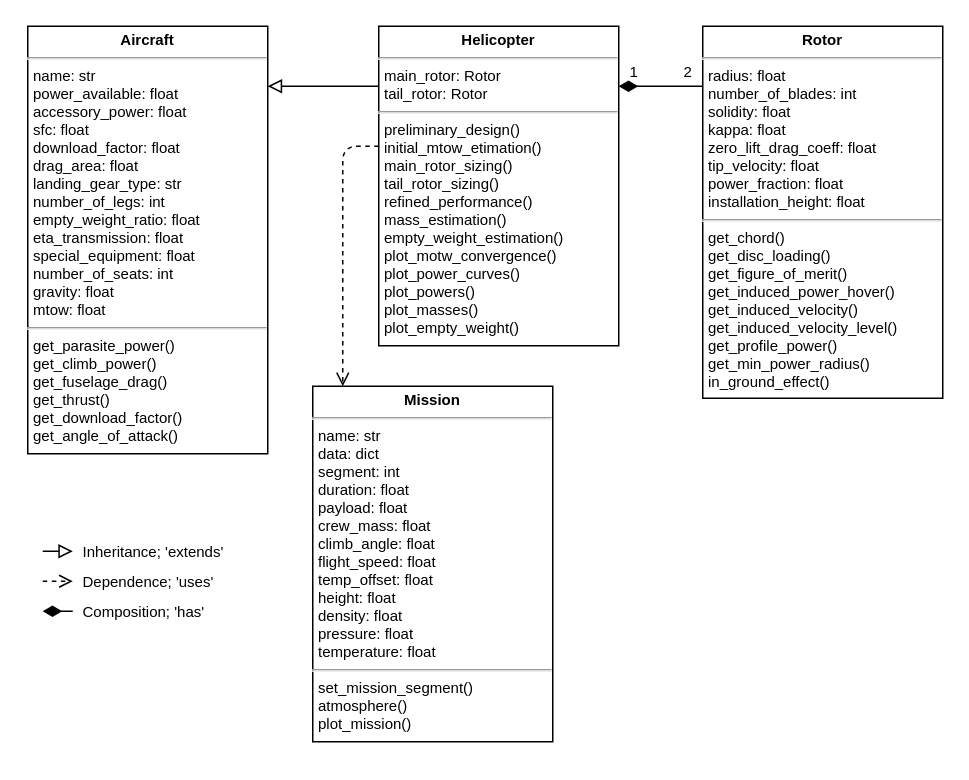
Before: project/drawio/UML.drawio in f-grimm/ht-preliminary-design, a draw.io diagram. Source tidied: cells renumbered, new cells numbered last; positions are measured from the earlier drawing's top-left corner, leaving out a move shared by most shapes. Both pictures are drawn from the tidied source at 150%, with x=0, y=0 at pixel (27, 26).
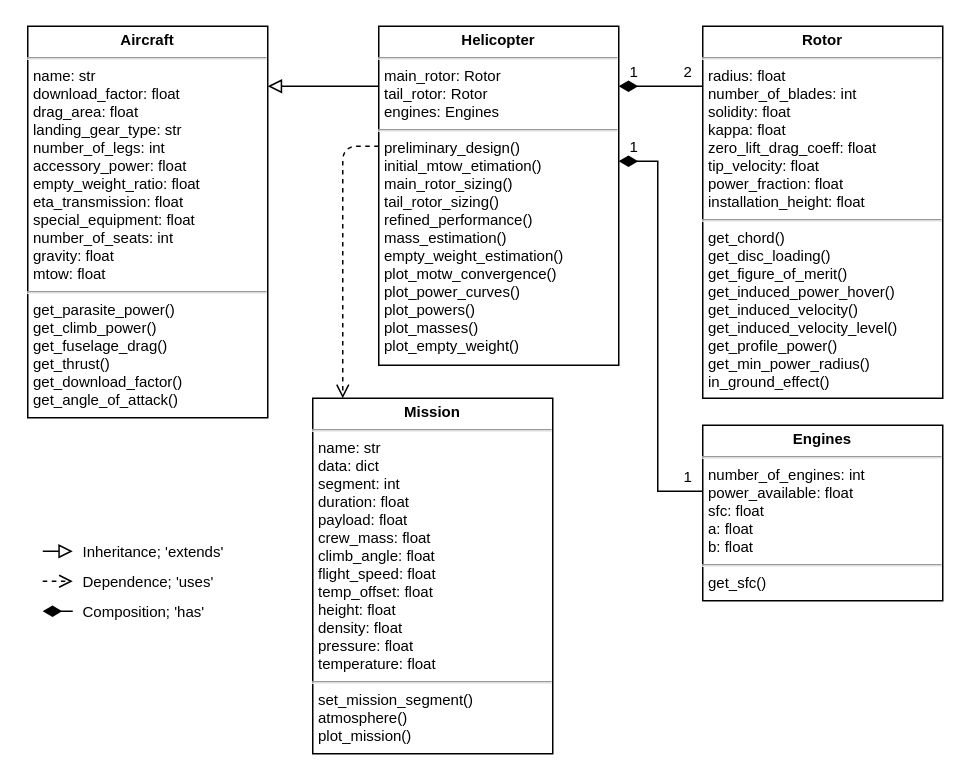
The same page after the edit.

Commit message (it also covers changes not shown here):
Add engines to UML

The edit, as a diff of the source:
```diff
@@
-    <mxCell id="4" value="&lt;p style=&quot;margin: 4px 0px 0px ; text-align: center ; font-size: 10px&quot;&gt;&lt;b style=&quot;font-size: 10px&quot;&gt;Helicopter&lt;/b&gt;&lt;/p&gt;&lt;hr style=&quot;font-size: 10px&quot;&gt;&lt;p style=&quot;margin: 0px 0px 0px 4px ; font-size: 10px&quot;&gt;main_rotor: Rotor&lt;/p&gt;&lt;p style=&quot;margin: 0px 0px 0px 4px ; font-size: 10px&quot;&gt;tail_rotor: Rotor&lt;/p&gt;&lt;hr style=&quot;font-size: 10px&quot;&gt;&lt;p style=&quot;margin: 0px 0px 0px 4px ; font-size: 10px&quot;&gt;preliminary_design()&lt;/p&gt;&lt;p style=&quot;margin: 0px 0px 0px 4px ; font-size: 10px&quot;&gt;initial_mtow_etimation()&lt;/p&gt;&lt;p style=&quot;margin: 0px 0px 0px 4px ; font-size: 10px&quot;&gt;main_rotor_sizing()&lt;/p&gt;&lt;p style=&quot;margin: 0px 0px 0px 4px ; font-size: 10px&quot;&gt;tail_rotor_sizing()&lt;/p&gt;&lt;p style=&quot;margin: 0px 0px 0px 4px ; font-size: 10px&quot;&gt;refined_performance()&lt;/p&gt;&lt;p style=&quot;margin: 0px 0px 0px 4px ; font-size: 10px&quot;&gt;mass_estimation()&lt;/p&gt;&lt;p style=&quot;margin: 0px 0px 0px 4px ; font-size: 10px&quot;&gt;empty_weight_estimation()&lt;/p&gt;&lt;p style=&quot;margin: 0px 0px 0px 4px ; font-size: 10px&quot;&gt;plot_motw_convergence()&lt;/p&gt;&lt;p style=&quot;margin: 0px 0px 0px 4px ; font-size: 10px&quot;&gt;plot_power_curves()&lt;/p&gt;&lt;p style=&quot;margin: 0px 0px 0px 4px ; font-size: 10px&quot;&gt;plot_powers()&lt;/p&gt;&lt;p style=&quot;margin: 0px 0px 0px 4px ; font-size: 10px&quot;&gt;plot_masses()&lt;/p&gt;&lt;p style=&quot;margin: 0px 0px 0px 4px ; font-size: 10px&quot;&gt;plot_empty_weight()&lt;/p&gt;" style="verticalAlign=top;align=left;overflow=fill;fontSize=10;fontFamily=Helvetica;html=1;shadow=0;sketch=0;" parent="1" vertex="1">
-      <mxGeometry x="234" width="160" height="213" as="geometry" />
+    <mxCell id="4" value="&lt;p style=&quot;margin: 4px 0px 0px ; text-align: center ; font-size: 10px&quot;&gt;&lt;b style=&quot;font-size: 10px&quot;&gt;Helicopter&lt;/b&gt;&lt;/p&gt;&lt;hr style=&quot;font-size: 10px&quot;&gt;&lt;p style=&quot;margin: 0px 0px 0px 4px ; font-size: 10px&quot;&gt;main_rotor: Rotor&lt;/p&gt;&lt;p style=&quot;margin: 0px 0px 0px 4px ; font-size: 10px&quot;&gt;tail_rotor: Rotor&lt;/p&gt;&lt;p style=&quot;margin: 0px 0px 0px 4px ; font-size: 10px&quot;&gt;engines: Engines&lt;/p&gt;&lt;hr style=&quot;font-size: 10px&quot;&gt;&lt;p style=&quot;margin: 0px 0px 0px 4px ; font-size: 10px&quot;&gt;preliminary_design()&lt;/p&gt;&lt;p style=&quot;margin: 0px 0px 0px 4px ; font-size: 10px&quot;&gt;initial_mtow_etimation()&lt;/p&gt;&lt;p style=&quot;margin: 0px 0px 0px 4px ; font-size: 10px&quot;&gt;main_rotor_sizing()&lt;/p&gt;&lt;p style=&quot;margin: 0px 0px 0px 4px ; font-size: 10px&quot;&gt;tail_rotor_sizing()&lt;/p&gt;&lt;p style=&quot;margin: 0px 0px 0px 4px ; font-size: 10px&quot;&gt;refined_performance()&lt;/p&gt;&lt;p style=&quot;margin: 0px 0px 0px 4px ; font-size: 10px&quot;&gt;mass_estimation()&lt;/p&gt;&lt;p style=&quot;margin: 0px 0px 0px 4px ; font-size: 10px&quot;&gt;empty_weight_estimation()&lt;/p&gt;&lt;p style=&quot;margin: 0px 0px 0px 4px ; font-size: 10px&quot;&gt;plot_motw_convergence()&lt;/p&gt;&lt;p style=&quot;margin: 0px 0px 0px 4px ; font-size: 10px&quot;&gt;plot_power_curves()&lt;/p&gt;&lt;p style=&quot;margin: 0px 0px 0px 4px ; font-size: 10px&quot;&gt;plot_powers()&lt;/p&gt;&lt;p style=&quot;margin: 0px 0px 0px 4px ; font-size: 10px&quot;&gt;plot_masses()&lt;/p&gt;&lt;p style=&quot;margin: 0px 0px 0px 4px ; font-size: 10px&quot;&gt;plot_empty_weight()&lt;/p&gt;" style="verticalAlign=top;align=left;overflow=fill;fontSize=10;fontFamily=Helvetica;html=1;shadow=0;sketch=0;" parent="1" vertex="1">
+      <mxGeometry x="234" width="160" height="226" as="geometry" />
     </mxCell>
-    <mxCell id="5" value="&lt;p style=&quot;margin: 4px 0px 0px ; text-align: center ; font-size: 10px&quot;&gt;&lt;b style=&quot;font-size: 10px&quot;&gt;Aircraft&lt;/b&gt;&lt;/p&gt;&lt;hr style=&quot;font-size: 10px&quot;&gt;&lt;p style=&quot;margin: 0px 0px 0px 4px ; font-size: 10px&quot;&gt;name: str&lt;br&gt;power_available: float&lt;br&gt;accessory_power: float&lt;br&gt;sfc: float&lt;br&gt;download_factor: float&lt;br&gt;drag_area: float&lt;br&gt;landing_gear_type: str&lt;br&gt;number_of_legs: int&lt;br&gt;empty_weight_ratio: float&lt;br&gt;eta_transmission: float&lt;br&gt;special_equipment: float&lt;br&gt;number_of_seats: int&lt;br&gt;gravity: float&lt;br&gt;mtow: float&lt;br&gt;&lt;/p&gt;&lt;hr style=&quot;font-size: 10px&quot;&gt;&lt;p style=&quot;margin: 0px 0px 0px 4px ; font-size: 10px&quot;&gt;get_parasite_power()&lt;/p&gt;&lt;p style=&quot;margin: 0px 0px 0px 4px ; font-size: 10px&quot;&gt;get_climb_power()&lt;/p&gt;&lt;p style=&quot;margin: 0px 0px 0px 4px ; font-size: 10px&quot;&gt;get_fuselage_drag()&lt;/p&gt;&lt;p style=&quot;margin: 0px 0px 0px 4px ; font-size: 10px&quot;&gt;get_thrust()&lt;/p&gt;&lt;p style=&quot;margin: 0px 0px 0px 4px ; font-size: 10px&quot;&gt;get_download_factor()&lt;/p&gt;&lt;p style=&quot;margin: 0px 0px 0px 4px ; font-size: 10px&quot;&gt;get_angle_of_attack()&lt;br&gt;&lt;/p&gt;" style="verticalAlign=top;align=left;overflow=fill;fontSize=10;fontFamily=Helvetica;html=1;shadow=0;sketch=0;" parent="1" vertex="1">
-      <mxGeometry width="160" height="285" as="geometry" />
+    <mxCell id="5" value="&lt;p style=&quot;margin: 4px 0px 0px ; text-align: center ; font-size: 10px&quot;&gt;&lt;b style=&quot;font-size: 10px&quot;&gt;Aircraft&lt;/b&gt;&lt;/p&gt;&lt;hr style=&quot;font-size: 10px&quot;&gt;&lt;p style=&quot;margin: 0px 0px 0px 4px ; font-size: 10px&quot;&gt;name: str&lt;br&gt;download_factor: float&lt;br&gt;drag_area: float&lt;br&gt;landing_gear_type: str&lt;br&gt;number_of_legs: int&lt;/p&gt;&lt;p style=&quot;margin: 0px 0px 0px 4px ; font-size: 10px&quot;&gt;accessory_power: float&lt;br&gt;empty_weight_ratio: float&lt;br&gt;eta_transmission: float&lt;br&gt;special_equipment: float&lt;br&gt;number_of_seats: int&lt;br&gt;gravity: float&lt;br&gt;mtow: float&lt;br&gt;&lt;/p&gt;&lt;hr style=&quot;font-size: 10px&quot;&gt;&lt;p style=&quot;margin: 0px 0px 0px 4px ; font-size: 10px&quot;&gt;get_parasite_power()&lt;/p&gt;&lt;p style=&quot;margin: 0px 0px 0px 4px ; font-size: 10px&quot;&gt;get_climb_power()&lt;/p&gt;&lt;p style=&quot;margin: 0px 0px 0px 4px ; font-size: 10px&quot;&gt;get_fuselage_drag()&lt;/p&gt;&lt;p style=&quot;margin: 0px 0px 0px 4px ; font-size: 10px&quot;&gt;get_thrust()&lt;/p&gt;&lt;p style=&quot;margin: 0px 0px 0px 4px ; font-size: 10px&quot;&gt;get_download_factor()&lt;/p&gt;&lt;p style=&quot;margin: 0px 0px 0px 4px ; font-size: 10px&quot;&gt;get_angle_of_attack()&lt;br&gt;&lt;/p&gt;" style="verticalAlign=top;align=left;overflow=fill;fontSize=10;fontFamily=Helvetica;html=1;shadow=0;sketch=0;" parent="1" vertex="1">
+      <mxGeometry width="160" height="261" as="geometry" />
     </mxCell>
@@
     <mxCell id="10" value="&lt;p style=&quot;margin: 4px 0px 0px ; text-align: center ; font-size: 10px&quot;&gt;&lt;b style=&quot;font-size: 10px&quot;&gt;Mission&lt;/b&gt;&lt;/p&gt;&lt;hr style=&quot;font-size: 10px&quot;&gt;&lt;p style=&quot;margin: 0px 0px 0px 4px ; font-size: 10px&quot;&gt;&lt;span&gt;name: str&lt;/span&gt;&lt;br&gt;&lt;/p&gt;&lt;p style=&quot;margin: 0px 0px 0px 4px ; font-size: 10px&quot;&gt;&lt;span&gt;data: dict&lt;/span&gt;&lt;/p&gt;&lt;p style=&quot;margin: 0px 0px 0px 4px ; font-size: 10px&quot;&gt;&lt;span&gt;segment: int&lt;/span&gt;&lt;/p&gt;&lt;p style=&quot;margin: 0px 0px 0px 4px ; font-size: 10px&quot;&gt;&lt;span&gt;duration: float&lt;/span&gt;&lt;/p&gt;&lt;p style=&quot;margin: 0px 0px 0px 4px ; font-size: 10px&quot;&gt;&lt;span&gt;payload: float&lt;/span&gt;&lt;/p&gt;&lt;p style=&quot;margin: 0px 0px 0px 4px ; font-size: 10px&quot;&gt;&lt;span&gt;crew_mass: float&lt;/span&gt;&lt;/p&gt;&lt;p style=&quot;margin: 0px 0px 0px 4px ; font-size: 10px&quot;&gt;&lt;span&gt;climb_angle: float&lt;/span&gt;&lt;/p&gt;&lt;p style=&quot;margin: 0px 0px 0px 4px ; font-size: 10px&quot;&gt;&lt;span&gt;flight_speed: float&lt;/span&gt;&lt;/p&gt;&lt;p style=&quot;margin: 0px 0px 0px 4px ; font-size: 10px&quot;&gt;&lt;span&gt;temp_offset: float&lt;/span&gt;&lt;/p&gt;&lt;p style=&quot;margin: 0px 0px 0px 4px ; font-size: 10px&quot;&gt;&lt;span&gt;height: float&lt;/span&gt;&lt;/p&gt;&lt;p style=&quot;margin: 0px 0px 0px 4px ; font-size: 10px&quot;&gt;&lt;span&gt;density: float&lt;/span&gt;&lt;/p&gt;&lt;p style=&quot;margin: 0px 0px 0px 4px ; font-size: 10px&quot;&gt;&lt;span&gt;pressure: float&lt;/span&gt;&lt;/p&gt;&lt;p style=&quot;margin: 0px 0px 0px 4px ; font-size: 10px&quot;&gt;&lt;span&gt;temperature: float&lt;/span&gt;&lt;/p&gt;&lt;hr style=&quot;font-size: 10px&quot;&gt;&lt;p style=&quot;margin: 0px 0px 0px 4px ; font-size: 10px&quot;&gt;set_mission_segment()&lt;/p&gt;&lt;p style=&quot;margin: 0px 0px 0px 4px ; font-size: 10px&quot;&gt;atmosphere()&lt;/p&gt;&lt;p style=&quot;margin: 0px 0px 0px 4px ; font-size: 10px&quot;&gt;plot_mission()&lt;/p&gt;&lt;p style=&quot;margin: 0px 0px 0px 4px ; font-size: 10px&quot;&gt;&lt;br&gt;&lt;/p&gt;" style="verticalAlign=top;align=left;overflow=fill;fontSize=10;fontFamily=Helvetica;html=1;shadow=0;sketch=0;" parent="1" vertex="1">
-      <mxGeometry x="190" y="240" width="160" height="237" as="geometry" />
+      <mxGeometry x="190" y="248" width="160" height="237" as="geometry" />
     </mxCell>
@@
+    <mxCell id="17" value="&lt;p style=&quot;margin: 4px 0px 0px ; text-align: center ; font-size: 10px&quot;&gt;&lt;b style=&quot;font-size: 10px&quot;&gt;Engines&lt;/b&gt;&lt;/p&gt;&lt;hr style=&quot;font-size: 10px&quot;&gt;&lt;p style=&quot;margin: 0px 0px 0px 4px ; font-size: 10px&quot;&gt;number_of_engines: int&lt;/p&gt;&lt;p style=&quot;margin: 0px 0px 0px 4px ; font-size: 10px&quot;&gt;power_available: float&lt;/p&gt;&lt;p style=&quot;margin: 0px 0px 0px 4px ; font-size: 10px&quot;&gt;sfc: float&lt;/p&gt;&lt;p style=&quot;margin: 0px 0px 0px 4px ; font-size: 10px&quot;&gt;a: float&lt;/p&gt;&lt;p style=&quot;margin: 0px 0px 0px 4px ; font-size: 10px&quot;&gt;b: float&lt;/p&gt;&lt;hr style=&quot;font-size: 10px&quot;&gt;&lt;p style=&quot;margin: 0px 0px 0px 4px ; font-size: 10px&quot;&gt;get_sfc()&lt;/p&gt;" style="verticalAlign=top;align=left;overflow=fill;fontSize=10;fontFamily=Helvetica;html=1;shadow=0;sketch=0;" parent="1" vertex="1">
+      <mxGeometry x="450" y="266" width="160" height="117" as="geometry" />
+    </mxCell>
+    <mxCell id="18" style="edgeStyle=orthogonalEdgeStyle;rounded=0;sketch=0;jettySize=auto;html=1;shadow=0;fontSize=10;endArrow=diamondThin;endFill=1;endSize=10;" parent="1" edge="1" source="17" target="4">
+      <mxGeometry relative="1" as="geometry">
+        <Array as="points">
+          <mxPoint x="420" y="310" />
+          <mxPoint x="420" y="90" />
+        </Array>
+      </mxGeometry>
+    </mxCell>
+    <mxCell id="19" value="1" style="text;html=1;align=center;verticalAlign=middle;strokeColor=none;fillColor=none;fontSize=10;shadow=0;" parent="1" vertex="1">
+      <mxGeometry x="394" y="70" width="20" height="20" as="geometry" />
+    </mxCell>
+    <mxCell id="20" value="1" style="text;html=1;align=center;verticalAlign=middle;strokeColor=none;fillColor=none;fontSize=10;shadow=0;" parent="1" vertex="1">
+      <mxGeometry x="430" y="290" width="20" height="20" as="geometry" />
+    </mxCell>
```
